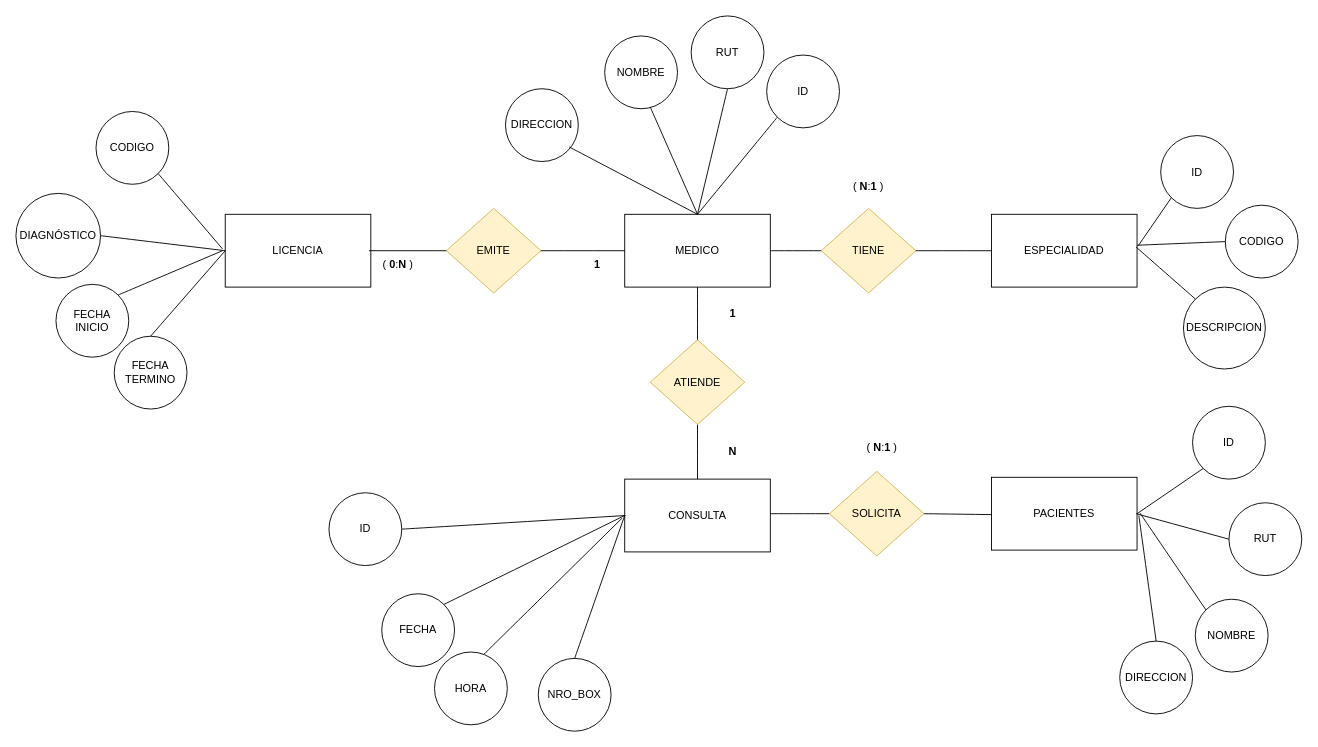
The draw.io diagram desafios/evaluados/entidad-relacion/modelo-conceptual.drawio in 51190/fullstack-ror, before the edit. Source tidied: cells renumbered, new cells numbered last; positions are measured from the earlier drawing's top-left corner, leaving out a move shared by most shapes. Both pictures are drawn from the tidied source at 91%, with x=0, y=0 at pixel (15, 15).
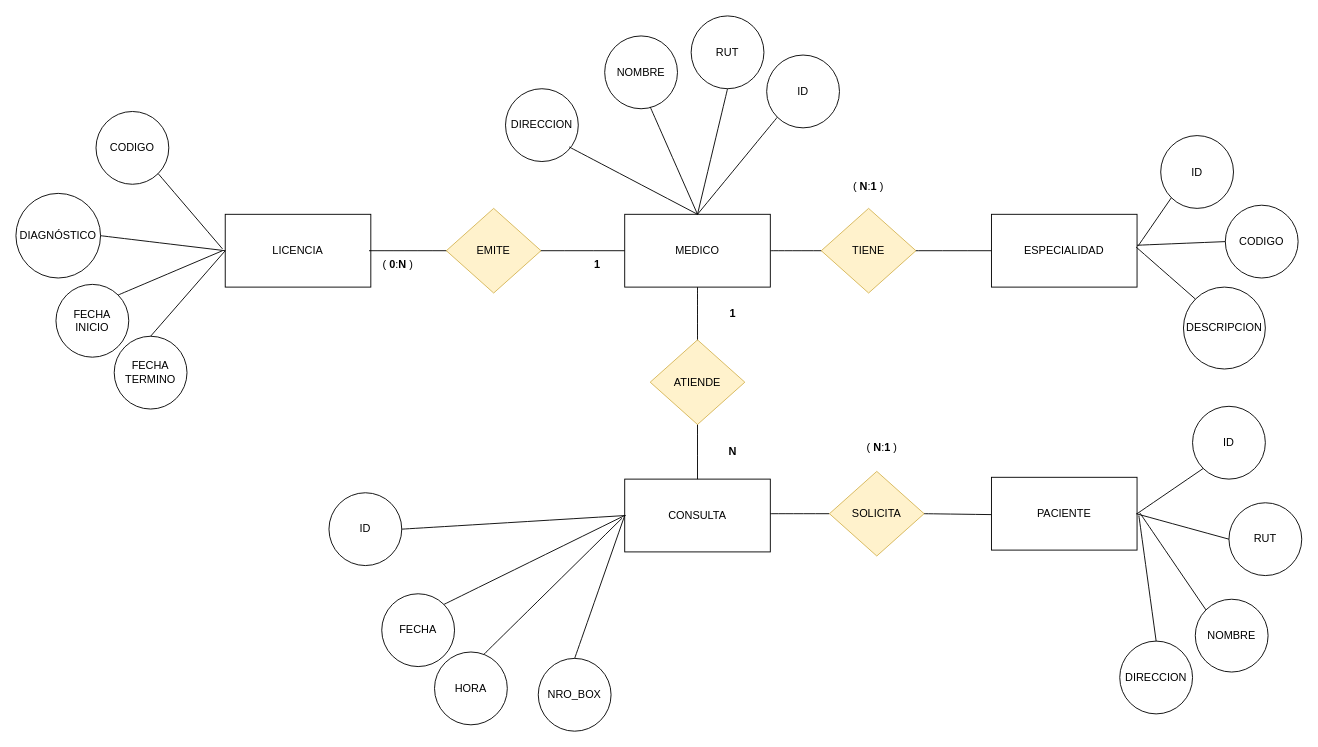
After the change.

Commit message:
remover ese

What changed in the source:
```diff
@@
-    <mxCell id="23" value="PACIENTES" style="rounded=0;whiteSpace=wrap;html=1;" parent="1" vertex="1">
+    <mxCell id="23" value="PACIENTE" style="rounded=0;whiteSpace=wrap;html=1;" parent="1" vertex="1">
       <mxGeometry x="1072" y="507" width="160" height="80" as="geometry" />
     </mxCell>
```
